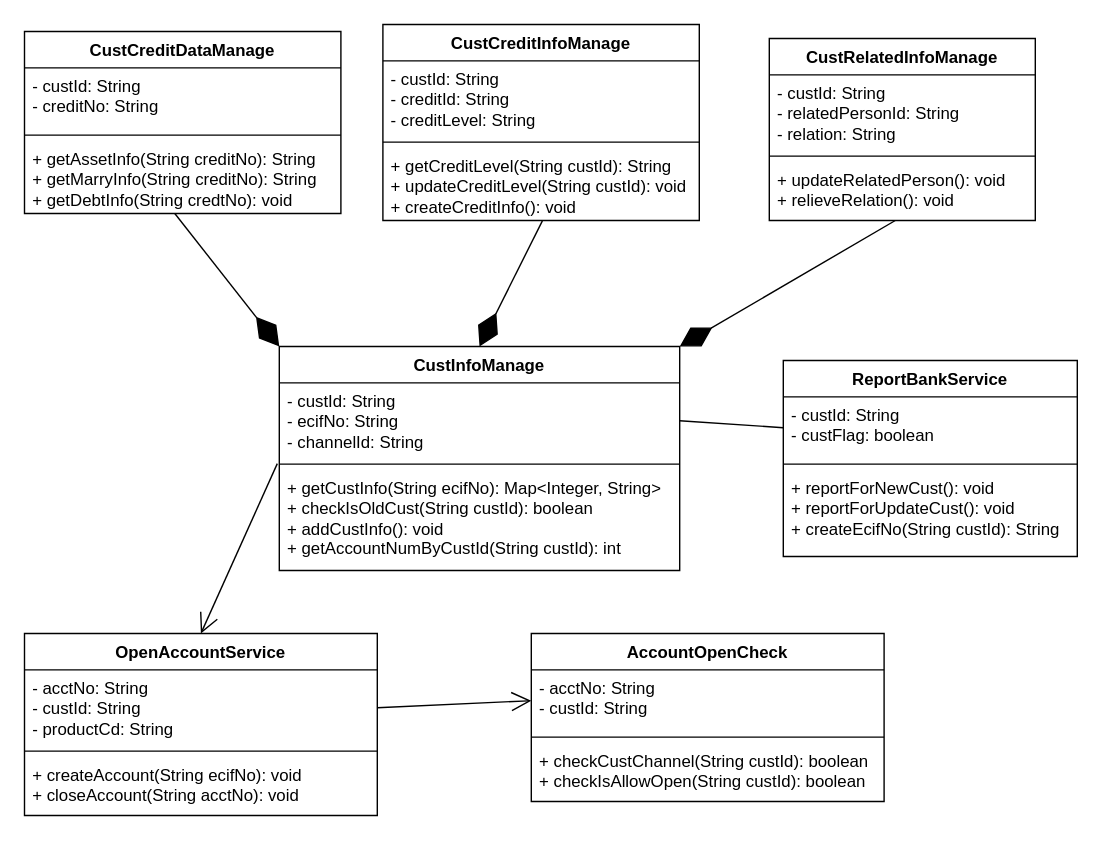
Above: 开户类图.drawio in wuxiao-web/graduationThesis (draw.io), before the change. Source tidied: cells renumbered, new cells numbered last; positions are measured from the earlier drawing's top-left corner, leaving out a move shared by most shapes. Both pictures are drawn from the tidied source at 140%, with x=0, y=0 at pixel (24, 24).
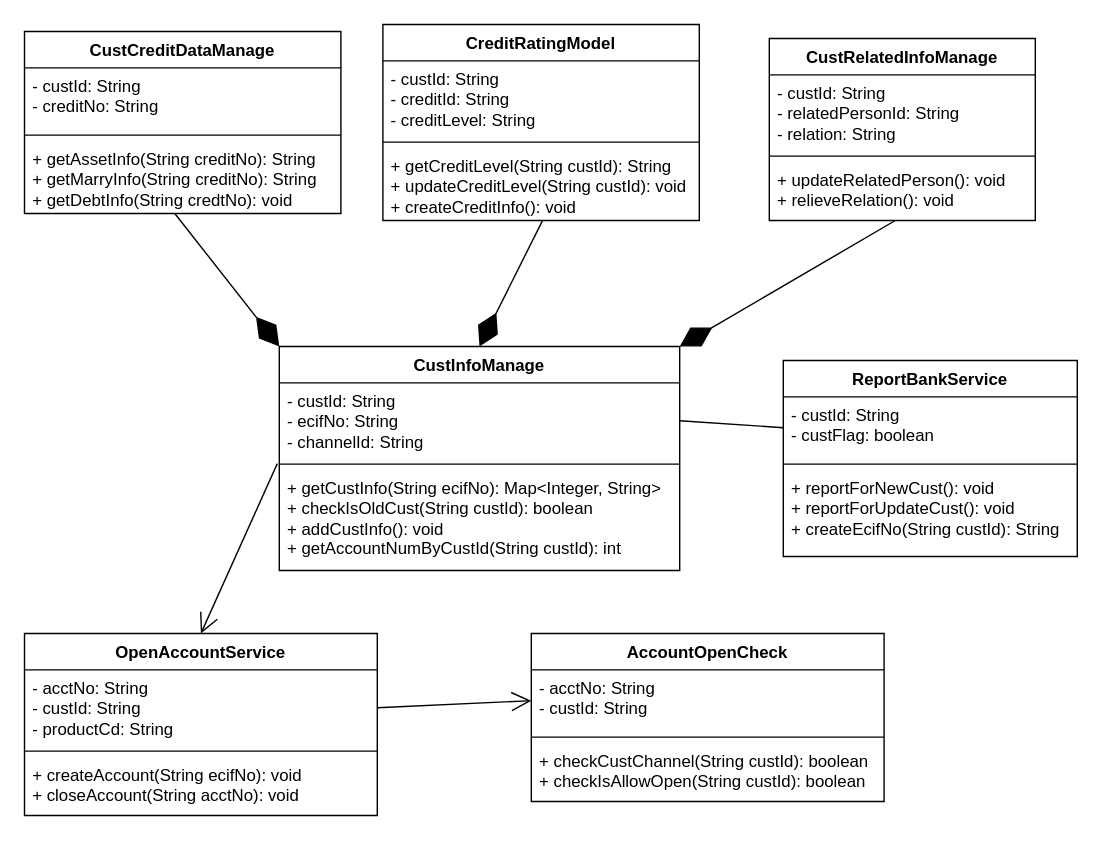
Above is the later version.

Commit message:
更新开户类图.drawio

Diff of the diagram source:
```diff
@@
-    <mxCell id="6" value="CustCreditInfoManage" style="swimlane;fontStyle=1;align=center;verticalAlign=top;horizontal=1;startSize=26;whiteSpace=wrap;html=1;" parent="1" vertex="1">
+    <mxCell id="6" value="CreditRatingModel" style="swimlane;fontStyle=1;align=center;verticalAlign=top;horizontal=1;startSize=26;whiteSpace=wrap;html=1;" parent="1" vertex="1">
       <mxGeometry x="256" width="226" height="140" as="geometry" />
     </mxCell>
```
